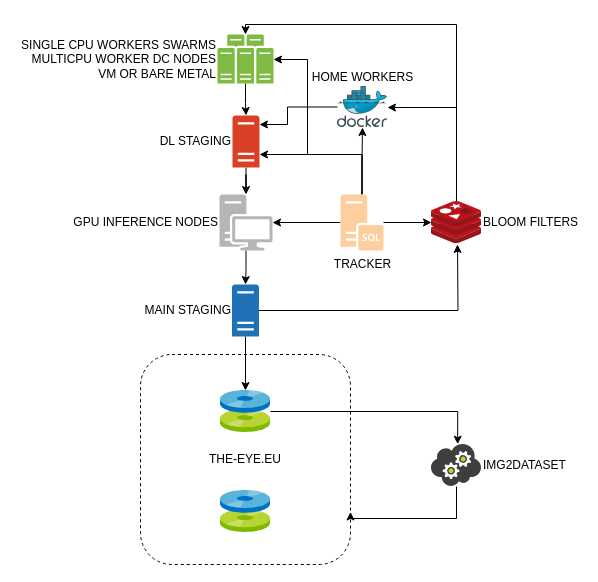
rvencu/crawlingathome-gpu-hcloud keeps this draw.io diagram as helpers/architecture_white.drawio. Above is the earlier version. Source tidied: cells renumbered, new cells numbered last; positions are measured from the earlier drawing's top-left corner, leaving out a move shared by most shapes. Both pictures are drawn from the tidied source at 100%, with x=0, y=0 at pixel (140, 24).
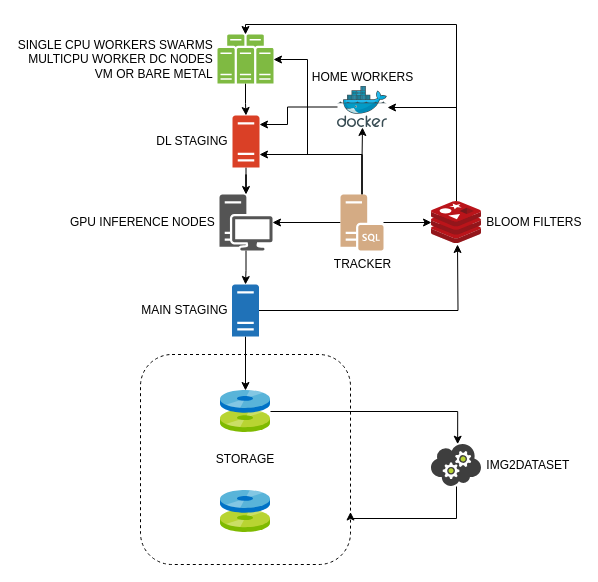
After the change.

What changed in the source:
```diff
@@
-    <mxCell id="4" value="BLOOM FILTERS" style="html=1;points=[];align=left;image;fontSize=12;image=img/lib/mscae/Cache_Redis_Product.svg;labelPosition=right;verticalLabelPosition=middle;verticalAlign=middle;labelBackgroundColor=none;" parent="1" vertex="1">
+    <mxCell id="4" value="&amp;nbsp;BLOOM FILTERS" style="html=1;points=[];align=left;image;fontSize=12;image=img/lib/mscae/Cache_Redis_Product.svg;labelPosition=right;verticalLabelPosition=middle;verticalAlign=middle;labelBackgroundColor=none;" parent="1" vertex="1">
       <mxGeometry x="291" y="177" width="50" height="42" as="geometry" />
     </mxCell>
@@
-    <mxCell id="8" value="SINGLE CPU WORKERS SWARMS&lt;br&gt;MULTICPU WORKER DC NODES&lt;br&gt;VM OR BARE METAL" style="shadow=0;dashed=0;html=1;strokeColor=none;fillColor=#505050;labelPosition=left;verticalLabelPosition=middle;verticalAlign=middle;outlineConnect=0;align=right;shape=mxgraph.office.servers.server_farm;fillColor=#7FBA42;" parent="1" vertex="1">
+    <mxCell id="8" value="SINGLE CPU WORKERS SWARMS&amp;nbsp;&lt;br&gt;MULTICPU WORKER DC NODES&amp;nbsp;&lt;br&gt;VM OR BARE METAL&amp;nbsp;" style="shadow=0;dashed=0;html=1;strokeColor=none;fillColor=#505050;labelPosition=left;verticalLabelPosition=middle;verticalAlign=middle;outlineConnect=0;align=right;shape=mxgraph.office.servers.server_farm;fillColor=#7FBA42;" parent="1" vertex="1">
       <mxGeometry x="77" y="10" width="56" height="49" as="geometry" />
     </mxCell>
@@
-    <mxCell id="11" value="MAIN STAGING" style="shadow=0;dashed=0;html=1;strokeColor=none;labelPosition=left;verticalLabelPosition=middle;verticalAlign=middle;outlineConnect=0;align=right;shape=mxgraph.office.servers.server_generic;fillColor=#2072B8;" parent="1" vertex="1">
+    <mxCell id="11" value="MAIN STAGING&amp;nbsp;" style="shadow=0;dashed=0;html=1;strokeColor=none;labelPosition=left;verticalLabelPosition=middle;verticalAlign=middle;outlineConnect=0;align=right;shape=mxgraph.office.servers.server_generic;fillColor=#2072B8;" parent="1" vertex="1">
       <mxGeometry x="91.5" y="260" width="27" height="52" as="geometry" />
     </mxCell>
@@
-    <mxCell id="13" value="DL STAGING" style="shadow=0;dashed=0;html=1;strokeColor=none;labelPosition=left;verticalLabelPosition=middle;verticalAlign=middle;outlineConnect=0;align=right;shape=mxgraph.office.servers.server_generic;fillColor=#DA4026;" parent="1" vertex="1">
+    <mxCell id="13" value="DL STAGING&amp;nbsp;" style="shadow=0;dashed=0;html=1;strokeColor=none;labelPosition=left;verticalLabelPosition=middle;verticalAlign=middle;outlineConnect=0;align=right;shape=mxgraph.office.servers.server_generic;fillColor=#DA4026;" parent="1" vertex="1">
       <mxGeometry x="92" y="91" width="27" height="52" as="geometry" />
     </mxCell>
@@
-    <mxCell id="15" value="GPU INFERENCE NODES" style="shadow=0;dashed=0;html=1;strokeColor=none;labelPosition=left;verticalLabelPosition=middle;verticalAlign=middle;outlineConnect=0;align=right;shape=mxgraph.office.devices.workstation;fillColor=#B5B5B5;" parent="1" vertex="1">
+    <mxCell id="15" value="GPU INFERENCE NODES&amp;nbsp;" style="shadow=0;dashed=0;html=1;strokeColor=none;labelPosition=left;verticalLabelPosition=middle;verticalAlign=middle;outlineConnect=0;align=right;shape=mxgraph.office.devices.workstation;fillColor=#545454;" parent="1" vertex="1">
       <mxGeometry x="79" y="170" width="53" height="56" as="geometry" />
     </mxCell>
@@
-    <mxCell id="20" value="IMG2DATASET" style="html=1;points=[];align=left;image;fontSize=12;image=img/lib/mscae/Cloud_Service.svg;labelPosition=right;verticalLabelPosition=middle;verticalAlign=middle;labelBackgroundColor=none;" parent="1" vertex="1">
+    <mxCell id="20" value="&amp;nbsp;IMG2DATASET" style="html=1;points=[];align=left;image;fontSize=12;image=img/lib/mscae/Cloud_Service.svg;labelPosition=right;verticalLabelPosition=middle;verticalAlign=middle;labelBackgroundColor=none;" parent="1" vertex="1">
       <mxGeometry x="291" y="420" width="50" height="42" as="geometry" />
     </mxCell>
-    <mxCell id="21" value="THE-EYE.EU" style="whiteSpace=wrap;html=1;dashed=1;rounded=1;fillColor=none;" parent="1" vertex="1">
+    <mxCell id="21" value="STORAGE" style="whiteSpace=wrap;html=1;dashed=1;rounded=1;fillColor=none;" parent="1" vertex="1">
       <mxGeometry y="330" width="210" height="210" as="geometry" />
     </mxCell>
@@
-    <mxCell id="27" value="TRACKER" style="shadow=0;dashed=0;html=1;strokeColor=none;labelPosition=center;verticalLabelPosition=bottom;verticalAlign=top;outlineConnect=0;align=center;shape=mxgraph.office.servers.sql_server;fillColor=#FFCE9F;" parent="1" vertex="1">
+    <mxCell id="27" value="TRACKER" style="shadow=0;dashed=0;html=1;strokeColor=none;labelPosition=center;verticalLabelPosition=bottom;verticalAlign=top;outlineConnect=0;align=center;shape=mxgraph.office.servers.sql_server;fillColor=#D4AB84;" parent="1" vertex="1">
       <mxGeometry x="200" y="170" width="43" height="56" as="geometry" />
     </mxCell>
```
